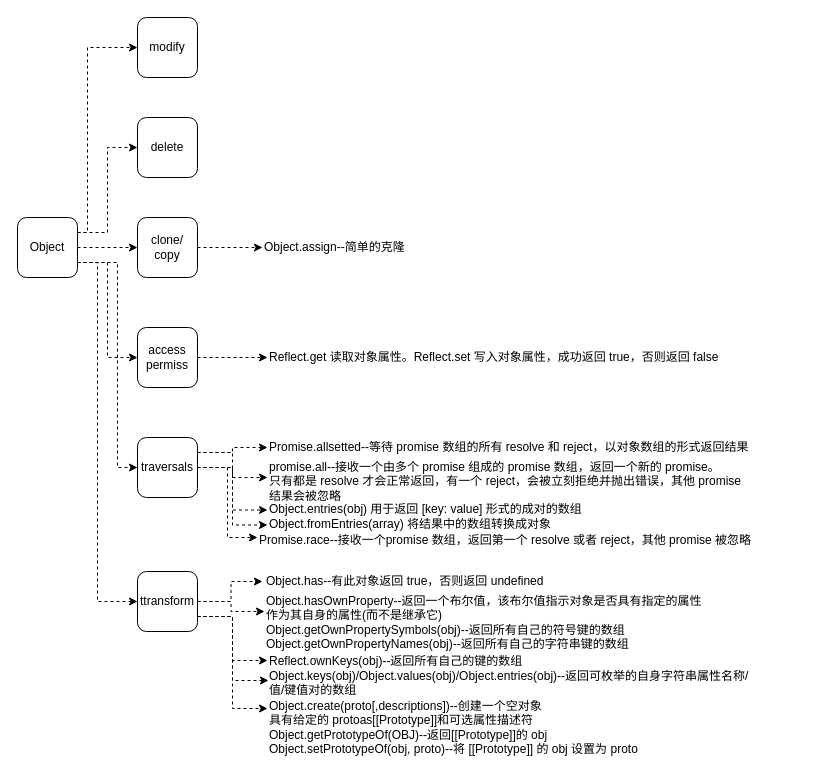
This is page "Object" (2 of 4) of background-flutter/JS难点/Func/Arr/Obj.drawio from hexipei/draw.io, a draw.io file, before an edit. Source tidied: cells renumbered, new cells numbered last; positions are measured from the earlier drawing's top-left corner, leaving out a move shared by most shapes. Both pictures are drawn from the tidied source at 100%, with x=0, y=0 at pixel (17, 17).
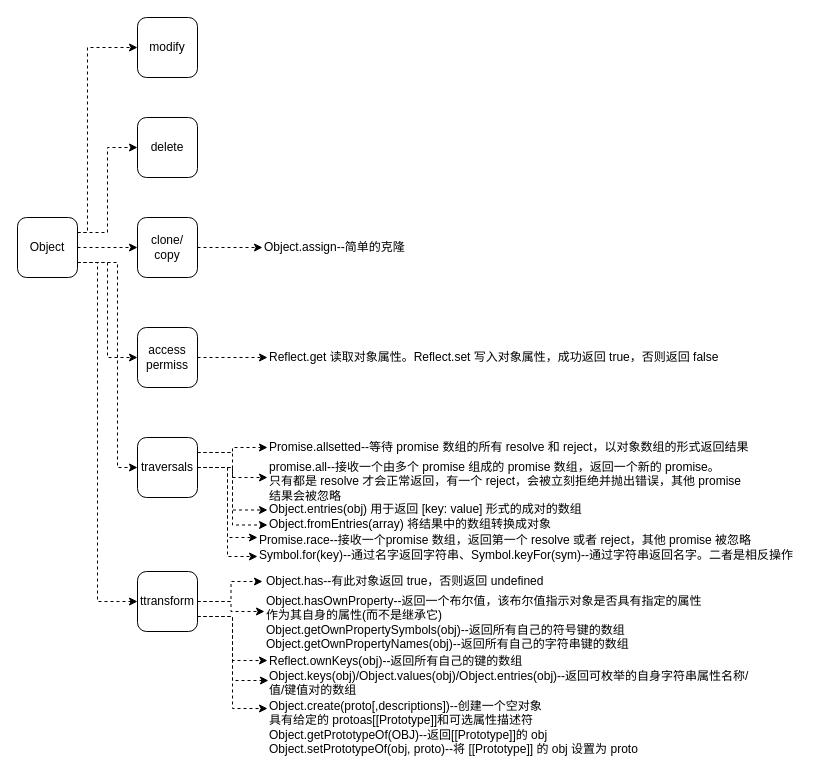
The same page after the edit.

Unchanged cells that the change refers to:
```xml
<mxCell id="21" value="traversals" style="rounded=1;whiteSpace=wrap;html=1;" parent="1" vertex="1">
  <mxGeometry x="120" y="420" width="60" height="60" as="geometry" />
</mxCell>
```

What changed in the source:
```diff
@@
+    <mxCell id="39" style="edgeStyle=orthogonalEdgeStyle;rounded=0;jettySize=auto;html=1;exitX=1;exitY=0.5;exitDx=0;exitDy=0;entryX=0;entryY=0.5;entryDx=0;entryDy=0;dashed=1;" parent="1" edge="1" source="21" target="40">
+      <mxGeometry relative="1" as="geometry" />
+    </mxCell>
@@
+    <mxCell id="40" value="Symbol.for(key)--通过名字返回字符串、Symbol.keyFor(sym)--通过字符串返回名字。二者是相反操作" style="text;html=1;" parent="1" vertex="1">
+      <mxGeometry x="240" y="524" width="560" height="30" as="geometry" />
+    </mxCell>
```
